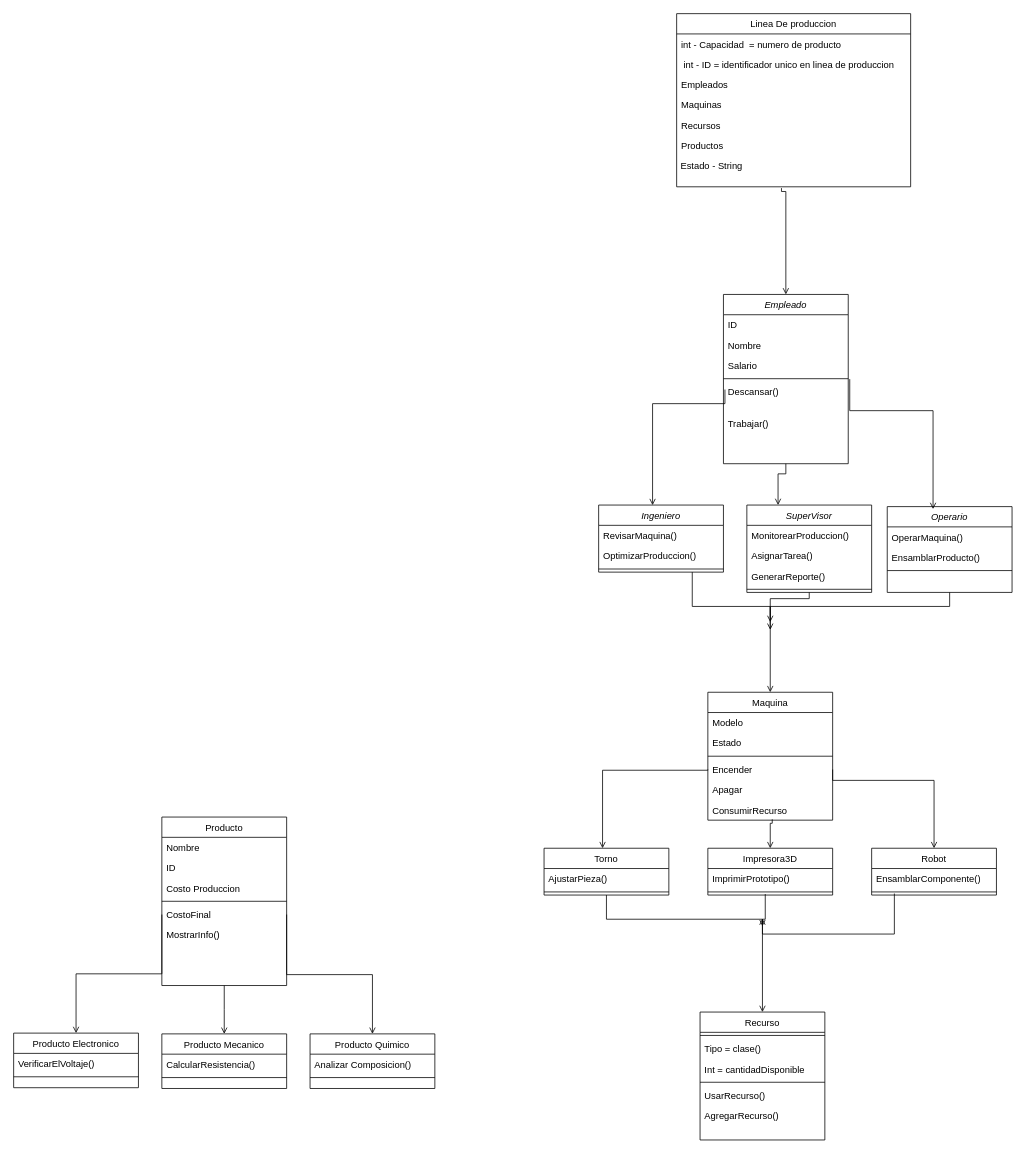
Above: DiagramaProyecto.drawio in RoyGeova07/Proyecto_Progra3_Simulador-Avanzado-de-Gestion-de-una-Planta-Industrial-Inteligente (draw.io), before the change. Source tidied: cells renumbered, new cells numbered last; positions are measured from the earlier drawing's top-left corner, leaving out a move shared by most shapes. Both pictures are drawn from the tidied source at 78%, with x=0, y=0 at pixel (13, 13).
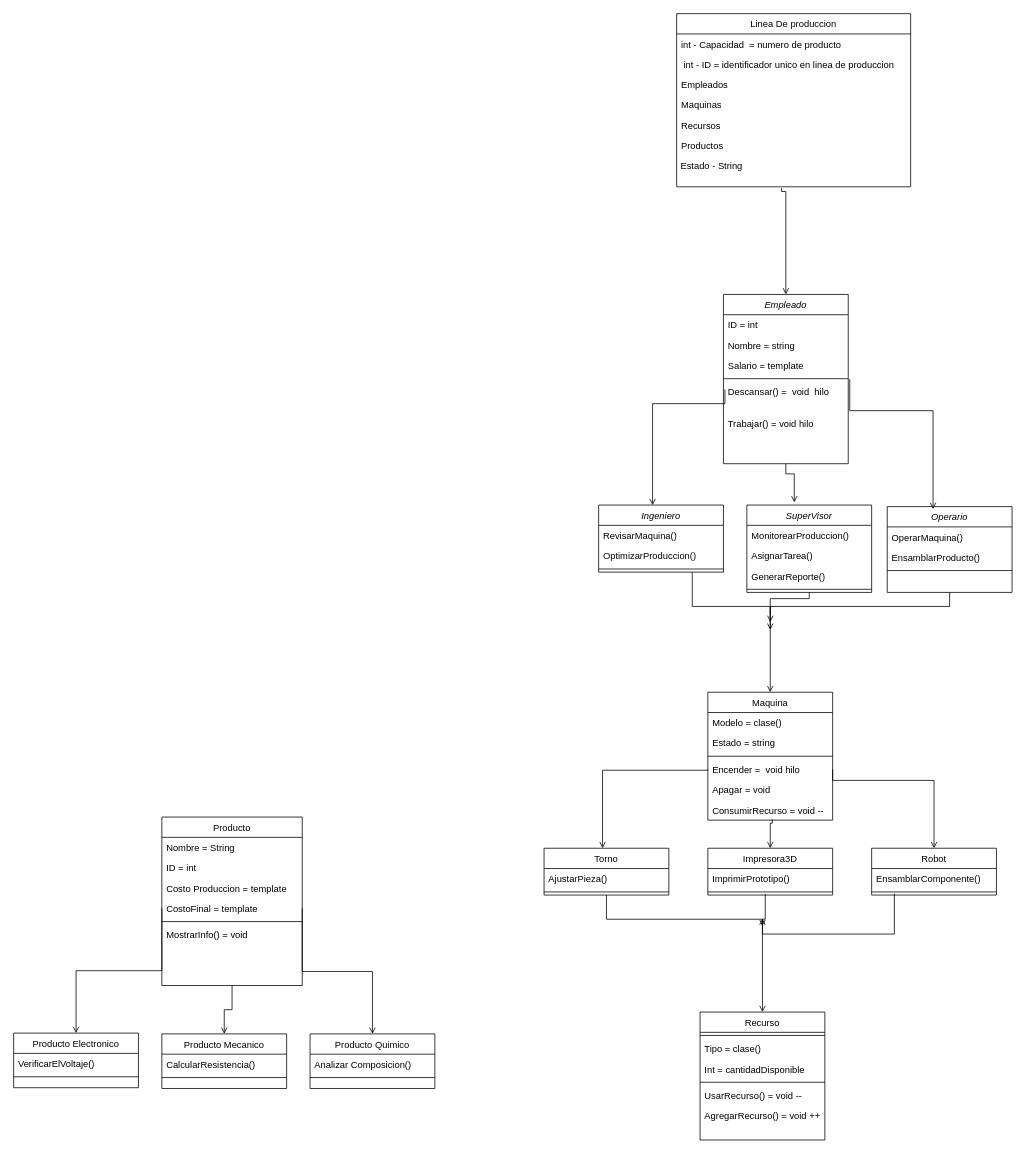
The same page after the edit.

The change refers to these unchanged cells:
```xml
<mxCell id="2" value="Empleado" style="swimlane;fontStyle=2;align=center;verticalAlign=top;horizontal=1;startSize=26;rounded=0;shadow=0;strokeWidth=1;" parent="1" vertex="1">
  <mxGeometry x="910" y="360" width="160" height="217" as="geometry" />
</mxCell>
<mxCell id="20" value="SuperVisor" style="swimlane;fontStyle=2;align=center;verticalAlign=top;horizontal=1;startSize=26;rounded=0;shadow=0;strokeWidth=1;" parent="1" vertex="1">
  <mxGeometry x="940" y="630" width="160" height="112" as="geometry" />
</mxCell>
<mxCell id="47" value="Maquina" style="swimlane;fontStyle=0;align=center;verticalAlign=top;horizontal=1;startSize=26;rounded=0;shadow=0;strokeWidth=1;" parent="1" vertex="1">
  <mxGeometry x="890" y="870" width="160" height="164" as="geometry" />
</mxCell>
<mxCell id="66" value="Recurso" style="swimlane;fontStyle=0;align=center;verticalAlign=top;horizontal=1;startSize=26;rounded=0;shadow=0;strokeWidth=1;" parent="1" vertex="1">
  <mxGeometry x="880" y="1280" width="160" height="164" as="geometry" />
</mxCell>
```

What changed in the source:
```diff
@@
-    <mxCell id="3" value="ID" style="text;align=left;verticalAlign=top;spacingLeft=4;spacingRight=4;overflow=hidden;" parent="2" vertex="1">
+    <mxCell id="3" value="ID = int" style="text;align=left;verticalAlign=top;spacingLeft=4;spacingRight=4;overflow=hidden;" parent="2" vertex="1">
       <mxGeometry y="26" width="160" height="26" as="geometry" />
     </mxCell>
-    <mxCell id="4" value="Nombre" style="text;align=left;verticalAlign=top;spacingLeft=4;spacingRight=4;overflow=hidden;rounded=0;shadow=0;html=0;" parent="2" vertex="1">
+    <mxCell id="4" value="Nombre = string" style="text;align=left;verticalAlign=top;spacingLeft=4;spacingRight=4;overflow=hidden;rounded=0;shadow=0;html=0;" parent="2" vertex="1">
       <mxGeometry y="52" width="160" height="26" as="geometry" />
     </mxCell>
-    <mxCell id="5" value="Salario" style="text;align=left;verticalAlign=top;spacingLeft=4;spacingRight=4;overflow=hidden;rounded=0;shadow=0;html=0;" parent="2" vertex="1">
+    <mxCell id="5" value="Salario = template" style="text;align=left;verticalAlign=top;spacingLeft=4;spacingRight=4;overflow=hidden;rounded=0;shadow=0;html=0;" parent="2" vertex="1">
       <mxGeometry y="78" width="160" height="26" as="geometry" />
     </mxCell>
@@
-    <mxCell id="7" value="Descansar()" style="text;align=left;verticalAlign=top;spacingLeft=4;spacingRight=4;overflow=hidden;points=[[0,0.5],[1,0.5]];portConstraint=eastwest;rounded=0;shadow=0;html=0;" parent="2" vertex="1">
+    <mxCell id="7" value="Descansar() =  void  hilo" style="text;align=left;verticalAlign=top;spacingLeft=4;spacingRight=4;overflow=hidden;points=[[0,0.5],[1,0.5]];portConstraint=eastwest;rounded=0;shadow=0;html=0;" parent="2" vertex="1">
       <mxGeometry y="112" width="160" height="40" as="geometry" />
     </mxCell>
-    <mxCell id="8" value="Trabajar()" style="text;align=left;verticalAlign=top;spacingLeft=4;spacingRight=4;overflow=hidden;" parent="2" vertex="1">
+    <mxCell id="8" value="Trabajar() = void hilo" style="text;align=left;verticalAlign=top;spacingLeft=4;spacingRight=4;overflow=hidden;" parent="2" vertex="1">
       <mxGeometry y="152" width="160" height="38" as="geometry" />
     </mxCell>
     <mxCell id="9" value="Producto" style="swimlane;fontStyle=0;align=center;verticalAlign=top;horizontal=1;startSize=26;rounded=0;shadow=0;strokeWidth=1;" parent="1" vertex="1">
-      <mxGeometry x="190" y="1030" width="160" height="216" as="geometry" />
+      <mxGeometry x="190" y="1030" width="180" height="216" as="geometry" />
     </mxCell>
-    <mxCell id="10" value="Nombre" style="text;align=left;verticalAlign=top;spacingLeft=4;spacingRight=4;overflow=hidden;" parent="9" vertex="1">
-      <mxGeometry y="26" width="160" height="26" as="geometry" />
+    <mxCell id="10" value="Nombre = String " style="text;align=left;verticalAlign=top;spacingLeft=4;spacingRight=4;overflow=hidden;" parent="9" vertex="1">
+      <mxGeometry y="26" width="180" height="26" as="geometry" />
     </mxCell>
-    <mxCell id="11" value="ID" style="text;align=left;verticalAlign=top;spacingLeft=4;spacingRight=4;overflow=hidden;rounded=0;shadow=0;html=0;" parent="9" vertex="1">
-      <mxGeometry y="52" width="160" height="26" as="geometry" />
+    <mxCell id="11" value="ID = int" style="text;align=left;verticalAlign=top;spacingLeft=4;spacingRight=4;overflow=hidden;rounded=0;shadow=0;html=0;" parent="9" vertex="1">
+      <mxGeometry y="52" width="180" height="26" as="geometry" />
     </mxCell>
-    <mxCell id="12" value="Costo Produccion" style="text;align=left;verticalAlign=top;spacingLeft=4;spacingRight=4;overflow=hidden;rounded=0;shadow=0;html=0;" parent="9" vertex="1">
-      <mxGeometry y="78" width="160" height="26" as="geometry" />
+    <mxCell id="12" value="Costo Produccion = template" style="text;align=left;verticalAlign=top;spacingLeft=4;spacingRight=4;overflow=hidden;rounded=0;shadow=0;html=0;" parent="9" vertex="1">
+      <mxGeometry y="78" width="180" height="26" as="geometry" />
     </mxCell>
+    <mxCell id="14" value="CostoFinal = template" style="text;align=left;verticalAlign=top;spacingLeft=4;spacingRight=4;overflow=hidden;points=[[0,0.5],[1,0.5]];portConstraint=eastwest;" parent="9" vertex="1">
+      <mxGeometry y="104" width="180" height="26" as="geometry" />
+    </mxCell>
     <mxCell id="13" style="line;html=1;strokeWidth=1;align=left;verticalAlign=middle;spacingTop=-1;spacingLeft=3;spacingRight=3;labelPosition=right;" parent="9" vertex="1">
-      <mxGeometry y="104" width="160" height="8" as="geometry" />
+      <mxGeometry y="130" width="180" height="8" as="geometry" />
     </mxCell>
-    <mxCell id="14" value="CostoFinal" style="text;align=left;verticalAlign=top;spacingLeft=4;spacingRight=4;overflow=hidden;points=[[0,0.5],[1,0.5]];portConstraint=eastwest;" parent="9" vertex="1">
-      <mxGeometry y="112" width="160" height="26" as="geometry" />
-    </mxCell>
-    <mxCell id="15" value="MostrarInfo()" style="text;align=left;verticalAlign=top;spacingLeft=4;spacingRight=4;overflow=hidden;labelBackgroundColor=none;" parent="9" vertex="1">
-      <mxGeometry y="138" width="160" height="26" as="geometry" />
+    <mxCell id="15" value="MostrarInfo() = void" style="text;align=left;verticalAlign=top;spacingLeft=4;spacingRight=4;overflow=hidden;labelBackgroundColor=none;" parent="9" vertex="1">
+      <mxGeometry y="138" width="180" height="26" as="geometry" />
     </mxCell>
@@
-    <mxCell id="46" style="endArrow=open;shadow=0;strokeWidth=1;rounded=0;curved=0;endFill=1;edgeStyle=elbowEdgeStyle;elbow=vertical;exitX=0.5;exitY=1;exitDx=0;exitDy=0;entryX=0.25;entryY=0;entryDx=0;entryDy=0;" parent="1" edge="1" source="2" target="20">
+    <mxCell id="46" style="endArrow=open;shadow=0;strokeWidth=1;rounded=0;curved=0;endFill=1;edgeStyle=elbowEdgeStyle;elbow=vertical;exitX=0.5;exitY=1;exitDx=0;exitDy=0;entryX=0.38;entryY=-0.03;entryDx=0;entryDy=0;entryPerimeter=0;" parent="1" edge="1" source="2" target="20">
       <mxGeometry x="0.5" y="41" relative="1" as="geometry">
         <Array as="points">
           <mxPoint x="1010" y="590" />
         </Array>
         <mxPoint x="-40" y="32" as="offset" />
       </mxGeometry>
     </mxCell>
@@
-    <mxCell id="48" value="Modelo" style="text;align=left;verticalAlign=top;spacingLeft=4;spacingRight=4;overflow=hidden;" parent="47" vertex="1">
+    <mxCell id="48" value="Modelo = clase()" style="text;align=left;verticalAlign=top;spacingLeft=4;spacingRight=4;overflow=hidden;" parent="47" vertex="1">
       <mxGeometry y="26" width="160" height="26" as="geometry" />
     </mxCell>
-    <mxCell id="49" value="Estado" style="text;align=left;verticalAlign=top;spacingLeft=4;spacingRight=4;overflow=hidden;rounded=0;shadow=0;html=0;" parent="47" vertex="1">
+    <mxCell id="49" value="Estado = string" style="text;align=left;verticalAlign=top;spacingLeft=4;spacingRight=4;overflow=hidden;rounded=0;shadow=0;html=0;" parent="47" vertex="1">
       <mxGeometry y="52" width="160" height="26" as="geometry" />
     </mxCell>
@@
-    <mxCell id="51" value="Encender" style="text;align=left;verticalAlign=top;spacingLeft=4;spacingRight=4;overflow=hidden;points=[[0,0.5],[1,0.5]];portConstraint=eastwest;rounded=0;shadow=0;html=0;" parent="47" vertex="1">
+    <mxCell id="51" value="Encender =  void hilo" style="text;align=left;verticalAlign=top;spacingLeft=4;spacingRight=4;overflow=hidden;points=[[0,0.5],[1,0.5]];portConstraint=eastwest;rounded=0;shadow=0;html=0;" parent="47" vertex="1">
       <mxGeometry y="86" width="160" height="26" as="geometry" />
     </mxCell>
-    <mxCell id="52" value="Apagar" style="text;align=left;verticalAlign=top;spacingLeft=4;spacingRight=4;overflow=hidden;" parent="47" vertex="1">
+    <mxCell id="52" value="Apagar = void" style="text;align=left;verticalAlign=top;spacingLeft=4;spacingRight=4;overflow=hidden;" parent="47" vertex="1">
       <mxGeometry y="112" width="160" height="26" as="geometry" />
     </mxCell>
-    <mxCell id="53" value="ConsumirRecurso" style="text;align=left;verticalAlign=top;spacingLeft=4;spacingRight=4;overflow=hidden;points=[[0,0.5],[1,0.5]];portConstraint=eastwest;labelBackgroundColor=none;" parent="47" vertex="1">
+    <mxCell id="53" value="ConsumirRecurso = void --" style="text;align=left;verticalAlign=top;spacingLeft=4;spacingRight=4;overflow=hidden;points=[[0,0.5],[1,0.5]];portConstraint=eastwest;labelBackgroundColor=none;" parent="47" vertex="1">
       <mxGeometry y="138" width="160" height="26" as="geometry" />
     </mxCell>
@@
-    <mxCell id="71" value="UsarRecurso()" style="text;align=left;verticalAlign=top;spacingLeft=4;spacingRight=4;overflow=hidden;" parent="66" vertex="1">
+    <mxCell id="71" value="UsarRecurso() = void --" style="text;align=left;verticalAlign=top;spacingLeft=4;spacingRight=4;overflow=hidden;" parent="66" vertex="1">
       <mxGeometry y="94" width="160" height="26" as="geometry" />
     </mxCell>
-    <mxCell id="72" value="AgregarRecurso()" style="text;align=left;verticalAlign=top;spacingLeft=4;spacingRight=4;overflow=hidden;" parent="66" vertex="1">
+    <mxCell id="72" value="AgregarRecurso() = void ++" style="text;align=left;verticalAlign=top;spacingLeft=4;spacingRight=4;overflow=hidden;" parent="66" vertex="1">
       <mxGeometry y="120" width="160" height="26" as="geometry" />
     </mxCell>
```
